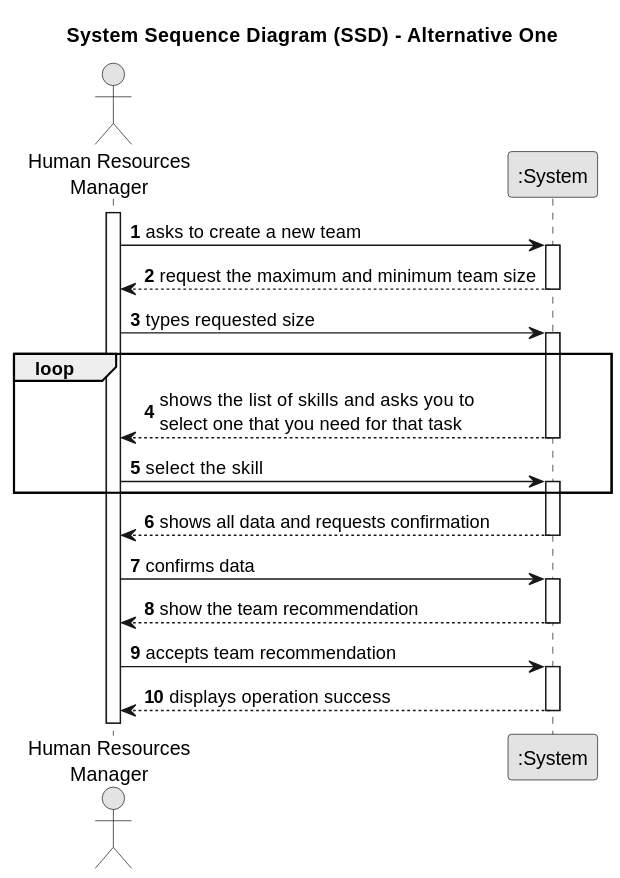
diogoveirospro/lei-24-s2-1dg-g072 keeps this PlantUML diagram as docs/sprintB/us005/01.requirements-engineering/svg/us005-system-sequence-diagram-alternative-one.svg. Above is the earlier version.
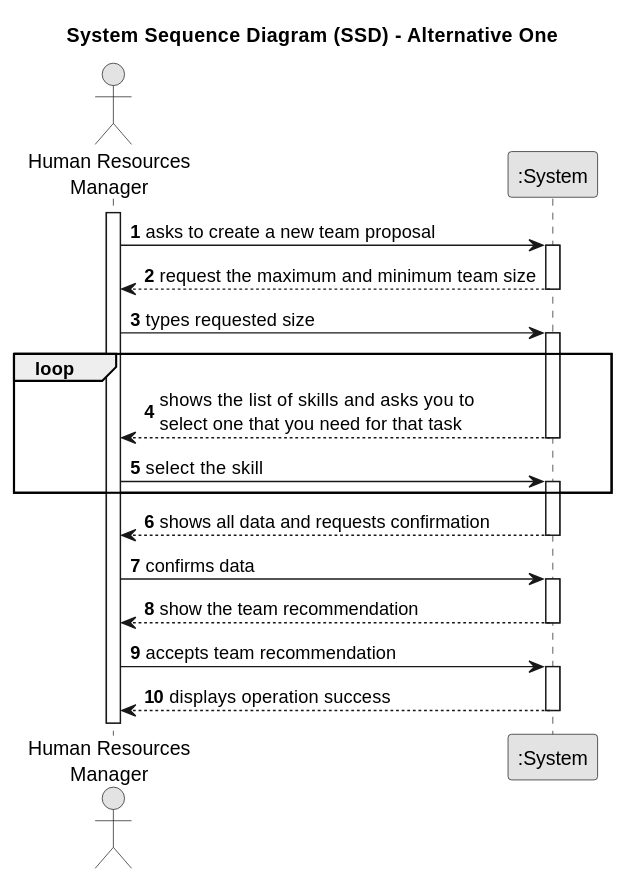
The same file after the commit.

What changed in the source:
```diff
@@ -7,38 +7,38 @@
 
 autonumber
 
-actor "Human Resources\nManager" as GRH
+actor "Human Resources\nManager" as HRM
 participant ":System" as System
 
-activate GRH
+activate HRM
 
-    GRH -> System : asks to create a new team
+    HRM -> System : asks to create a new team proposal
     activate System
 
-        System --> GRH : request the maximum and minimum team size
+        System --> HRM : request the maximum and minimum team size
     deactivate System
 
-    GRH -> System : types requested size
+    HRM -> System : types requested size
     activate System
 loop
-        System --> GRH : shows the list of skills and asks you to \nselect one that you need for that task
+        System --> HRM : shows the list of skills and asks you to \nselect one that you need for that task
     deactivate System
 
-    GRH -> System : select the skill
+    HRM -> System : select the skill
     activate System
 end
-        System --> GRH : shows all data and requests confirmation
+        System --> HRM : shows all data and requests confirmation
     deactivate System
 
-    GRH -> System : confirms data
+    HRM -> System : confirms data
     activate System
 
-        System --> GRH : show the team recommendation
+        System --> HRM : show the team recommendation
     deactivate System
 
-    GRH -> System : accepts team recommendation
+    HRM -> System : accepts team recommendation
     activate System
 
-        System --> GRH : displays operation success
+        System --> HRM : displays operation success
     deactivate System
 @enduml
```
